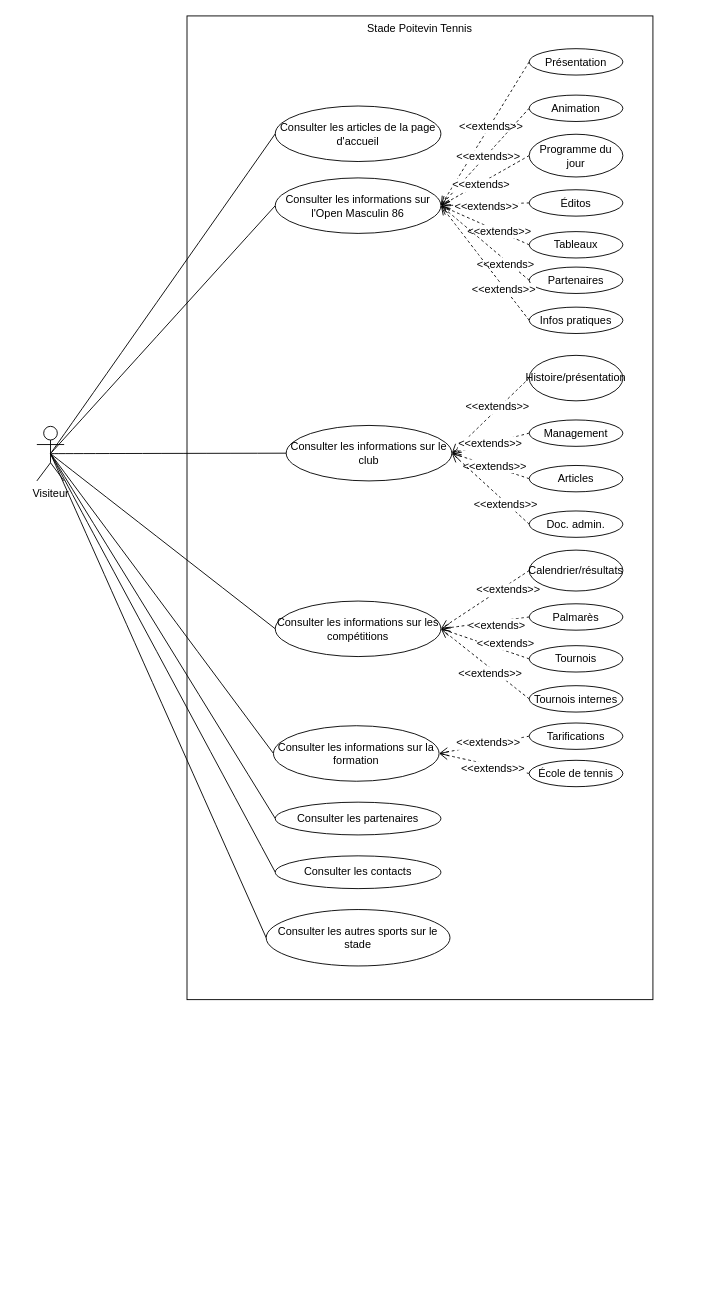
Before: analyse/diagramme-cu.drawio in mmia-univ-s3/sae2-tennis, a draw.io diagram. Source tidied: cells renumbered, new cells numbered last; positions are measured from the earlier drawing's top-left corner, leaving out a move shared by most shapes. Both pictures are drawn from the tidied source at 91%, with x=0, y=0 at pixel (36, 15).
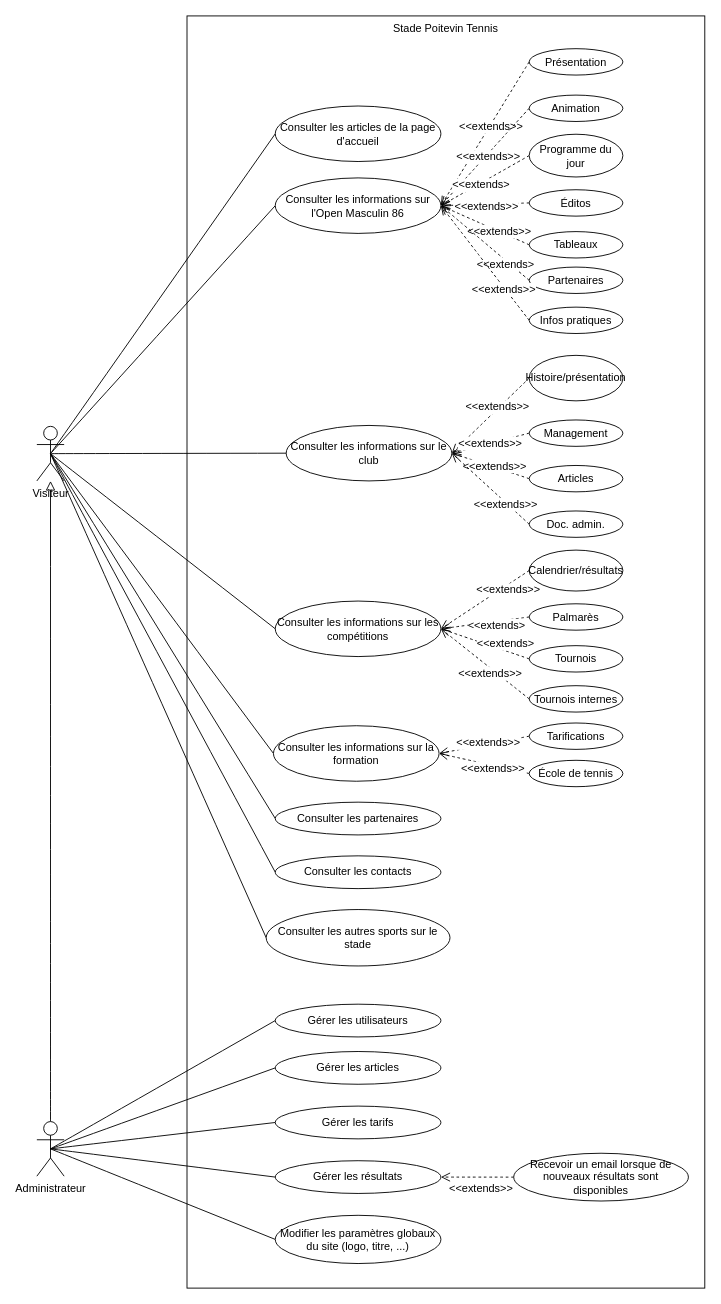
Above is the later version.

The change refers to these unchanged cells:
```xml
<mxCell id="11" value="Visiteur" style="shape=umlActor;verticalLabelPosition=bottom;verticalAlign=top;html=1;" parent="1" vertex="1">
  <mxGeometry y="451" width="30" height="60" as="geometry" />
</mxCell>
```

Change to the diagram source:
```diff
@@
     <mxCell id="2" value="Stade Poitevin Tennis" style="html=1;align=center;verticalAlign=top;rounded=1;absoluteArcSize=1;arcSize=0;dashed=0;whiteSpace=wrap;" parent="1" vertex="1">
-      <mxGeometry x="165" width="512" height="1081" as="geometry" />
+      <mxGeometry x="165" width="569" height="1398" as="geometry" />
     </mxCell>
@@
+    <mxCell id="70" style="edgeStyle=none;curved=1;rounded=0;jettySize=auto;html=1;fontSize=12;startSize=8;endSize=8;endArrow=block;endFill=0;" parent="1" edge="1" source="76" target="11">
+      <mxGeometry relative="1" as="geometry" />
+    </mxCell>
+    <mxCell id="71" style="edgeStyle=none;curved=1;rounded=0;jettySize=auto;html=1;exitX=0.5;exitY=0.5;exitDx=0;exitDy=0;exitPerimeter=0;entryX=0;entryY=0.5;entryDx=0;entryDy=0;fontSize=12;startSize=8;endSize=8;endArrow=none;endFill=0;" parent="1" edge="1" source="76" target="77">
+      <mxGeometry relative="1" as="geometry" />
+    </mxCell>
+    <mxCell id="72" style="edgeStyle=none;curved=1;rounded=0;jettySize=auto;html=1;exitX=0.5;exitY=0.5;exitDx=0;exitDy=0;exitPerimeter=0;entryX=0;entryY=0.5;entryDx=0;entryDy=0;fontSize=12;startSize=8;endSize=8;endArrow=none;endFill=0;" parent="1" edge="1" source="76" target="78">
+      <mxGeometry relative="1" as="geometry" />
+    </mxCell>
+    <mxCell id="73" style="edgeStyle=none;curved=1;rounded=0;jettySize=auto;html=1;exitX=0.5;exitY=0.5;exitDx=0;exitDy=0;exitPerimeter=0;entryX=0;entryY=0.5;entryDx=0;entryDy=0;fontSize=12;startSize=8;endSize=8;endArrow=none;endFill=0;" parent="1" edge="1" source="76" target="81">
+      <mxGeometry relative="1" as="geometry" />
+    </mxCell>
+    <mxCell id="74" style="edgeStyle=none;curved=1;rounded=0;jettySize=auto;html=1;exitX=0.5;exitY=0.5;exitDx=0;exitDy=0;exitPerimeter=0;entryX=0;entryY=0.5;entryDx=0;entryDy=0;fontSize=12;startSize=8;endSize=8;endArrow=none;endFill=0;" parent="1" edge="1" source="76" target="79">
+      <mxGeometry relative="1" as="geometry" />
+    </mxCell>
+    <mxCell id="75" style="edgeStyle=none;curved=1;rounded=0;jettySize=auto;html=1;exitX=0.5;exitY=0.5;exitDx=0;exitDy=0;exitPerimeter=0;entryX=0;entryY=0.5;entryDx=0;entryDy=0;fontSize=12;startSize=8;endSize=8;endArrow=none;endFill=0;" parent="1" edge="1" source="76" target="80">
+      <mxGeometry relative="1" as="geometry" />
+    </mxCell>
+    <mxCell id="76" value="Administrateur" style="shape=umlActor;verticalLabelPosition=bottom;verticalAlign=top;html=1;" parent="1" vertex="1">
+      <mxGeometry y="1215" width="30" height="60" as="geometry" />
+    </mxCell>
+    <mxCell id="77" value="Gérer les articles" style="ellipse;html=1;whiteSpace=wrap;" parent="1" vertex="1">
+      <mxGeometry x="262" y="1138" width="182" height="36" as="geometry" />
+    </mxCell>
+    <mxCell id="78" value="Gérer les tarifs" style="ellipse;html=1;whiteSpace=wrap;" parent="1" vertex="1">
+      <mxGeometry x="262" y="1198" width="182" height="36" as="geometry" />
+    </mxCell>
+    <mxCell id="79" value="Gérer les résultats" style="ellipse;html=1;whiteSpace=wrap;" parent="1" vertex="1">
+      <mxGeometry x="262" y="1258" width="182" height="36" as="geometry" />
+    </mxCell>
+    <mxCell id="80" value="Modifier les paramètres globaux du site (logo, titre, ...)" style="ellipse;html=1;whiteSpace=wrap;" parent="1" vertex="1">
+      <mxGeometry x="262" y="1318" width="182" height="53" as="geometry" />
+    </mxCell>
+    <mxCell id="81" value="Gérer les utilisateurs" style="ellipse;html=1;whiteSpace=wrap;" parent="1" vertex="1">
+      <mxGeometry x="262" y="1086" width="182" height="36" as="geometry" />
+    </mxCell>
+    <mxCell id="82" style="edgeStyle=none;curved=1;rounded=0;jettySize=auto;html=1;exitX=0;exitY=0.5;exitDx=0;exitDy=0;entryX=1;entryY=0.5;entryDx=0;entryDy=0;fontSize=12;startSize=8;endSize=8;endArrow=open;endFill=0;dashed=1;" parent="1" edge="1" source="84" target="79">
+      <mxGeometry relative="1" as="geometry" />
+    </mxCell>
+    <mxCell id="83" value="&amp;lt;&amp;lt;extends&amp;gt;&amp;gt;" style="edgeLabel;html=1;align=center;verticalAlign=middle;fontSize=12;" parent="82" vertex="1">
+      <mxGeometry x="-0.1" y="1" relative="1" as="geometry">
+        <mxPoint y="11" as="offset" />
+      </mxGeometry>
+    </mxCell>
+    <mxCell id="84" value="Recevoir un email lorsque de nouveaux résultats sont disponibles" style="ellipse;html=1;whiteSpace=wrap;" parent="1" vertex="1">
+      <mxGeometry x="524" y="1249.8" width="192" height="52.5" as="geometry" />
+    </mxCell>
```
